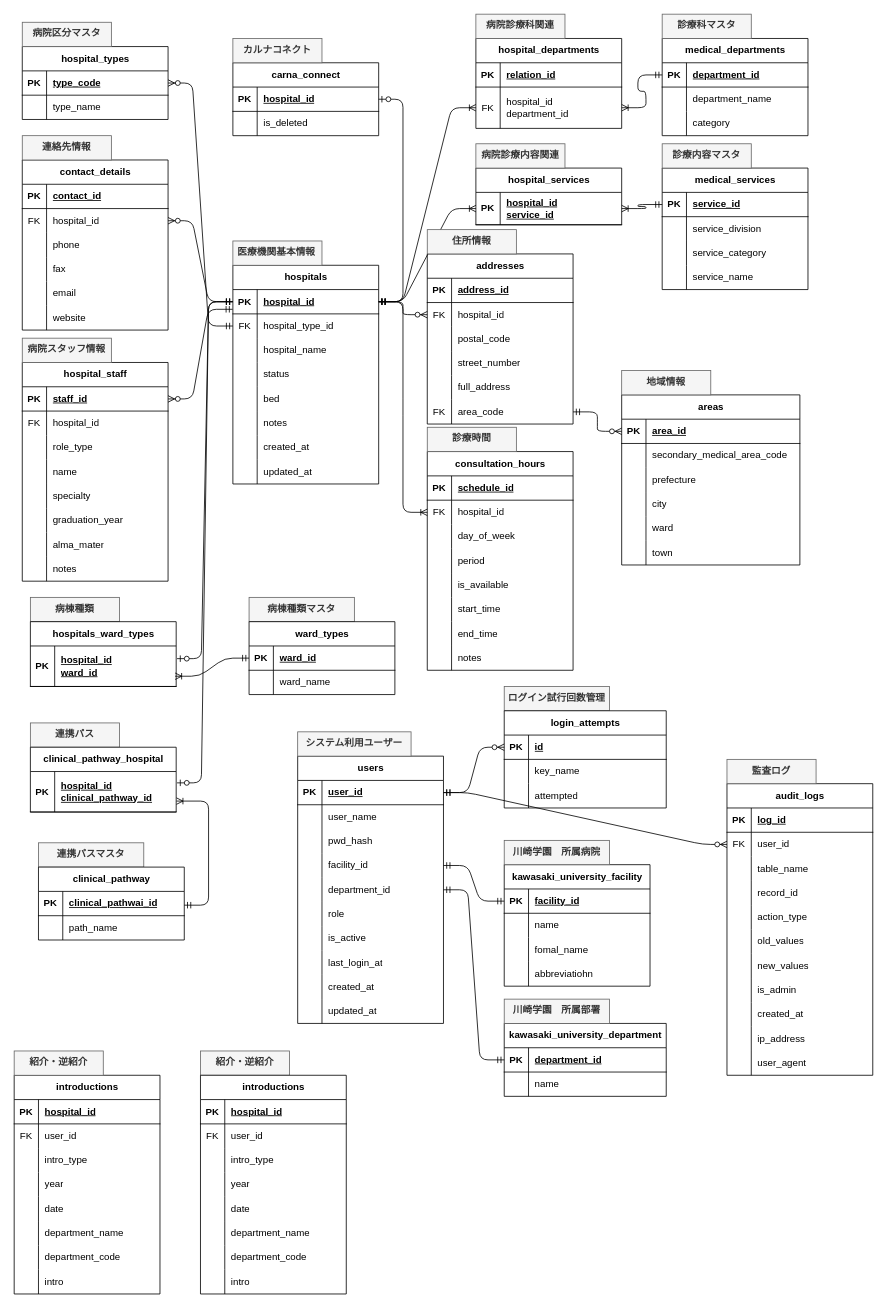
The draw.io diagram rebuild/資料/新医療機関システム/仕様書等/DB/E-R/er.drawio in w3422008/update_DB, before the edit. Source tidied: cells renumbered, new cells numbered last; positions are measured from the earlier drawing's top-left corner, leaving out a move shared by most shapes. Both pictures are drawn from the tidied source at 81%, with x=0, y=0 at pixel (14, 14).
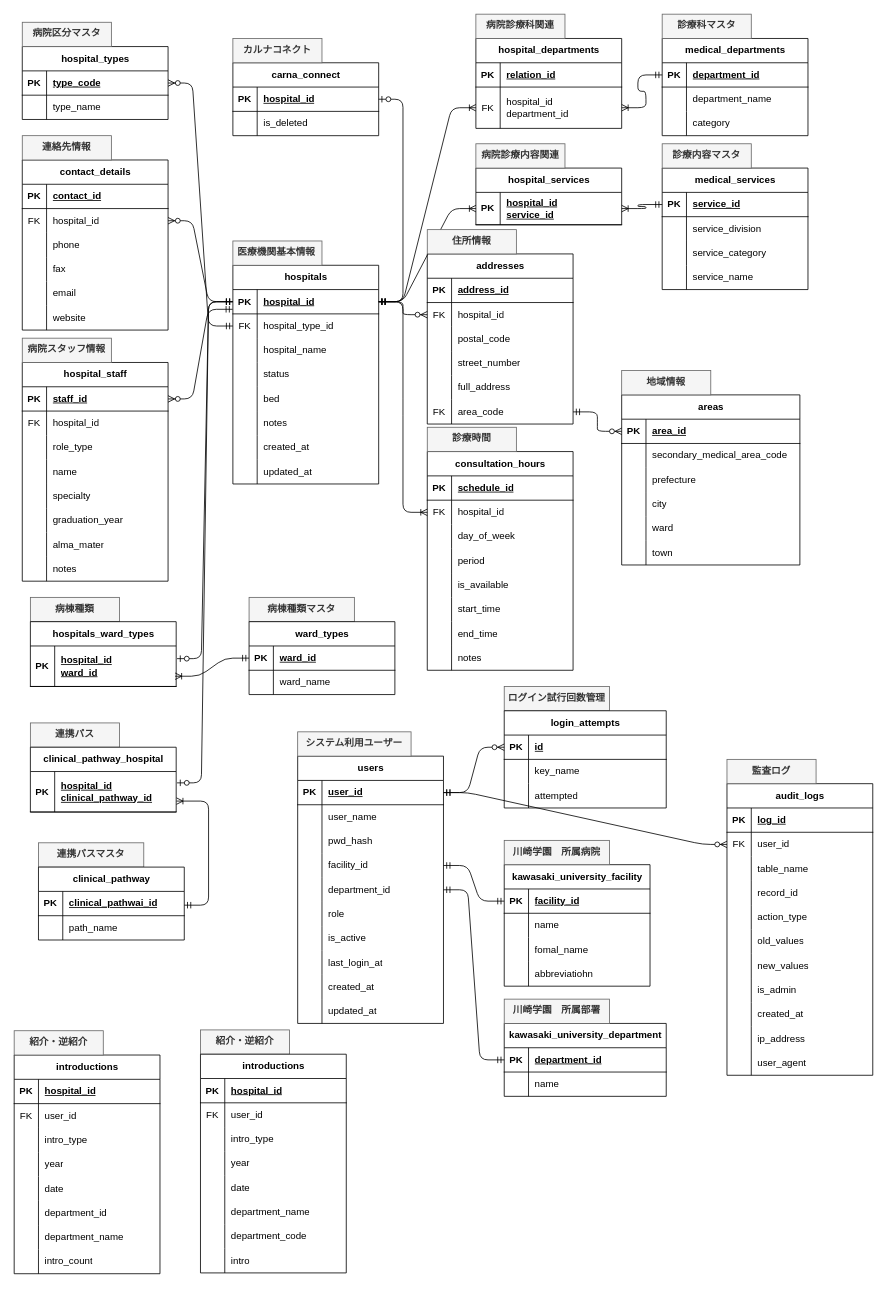
The same diagram, later.

Unchanged cells that the change refers to:
```xml
<mxCell id="323" style="shape=tableRow;horizontal=0;startSize=0;swimlaneHead=0;swimlaneBody=0;fillColor=none;top=0;left=0;right=0;bottom=0;" parent="307" vertex="1">
  <mxGeometry y="180" width="180" height="30" as="geometry" />
</mxCell>
<mxCell id="326" style="shape=tableRow;horizontal=0;startSize=0;swimlaneHead=0;swimlaneBody=0;fillColor=none;top=0;left=0;right=0;bottom=0;" parent="307" vertex="1">
  <mxGeometry y="210" width="180" height="30" as="geometry" />
</mxCell>
<mxCell id="329" style="shape=tableRow;horizontal=0;startSize=0;swimlaneHead=0;swimlaneBody=0;fillColor=none;top=0;left=0;right=0;bottom=0;" parent="307" vertex="1">
  <mxGeometry y="240" width="180" height="30" as="geometry" />
</mxCell>
```

The edit, as a diff of the source:
```diff
@@
     <mxCell id="307" value="introductions" style="shape=table;startSize=30;childLayout=tableLayout;rowLines=0;fontStyle=1;align=center;html=1;labelBackgroundColor=default;" parent="1" vertex="1">
-      <mxGeometry y="1310" width="180" height="270" as="geometry" />
+      <mxGeometry y="1285" width="180" height="270" as="geometry" />
     </mxCell>
@@
-    <mxCell id="325" value="department_name" style="shape=partialRectangle;fillColor=none;top=0;left=0;bottom=0;right=0;align=left;spacingLeft=6;overflow=hidden;whiteSpace=wrap;html=1;" parent="323" vertex="1">
+    <mxCell id="325" value="department_id" style="shape=partialRectangle;fillColor=none;top=0;left=0;bottom=0;right=0;align=left;spacingLeft=6;overflow=hidden;whiteSpace=wrap;html=1;" parent="323" vertex="1">
       <mxGeometry x="30" width="150" height="30" as="geometry" />
     </mxCell>
@@
-    <mxCell id="328" value="department_code" style="shape=partialRectangle;fillColor=none;top=0;left=0;bottom=0;right=0;align=left;spacingLeft=6;overflow=hidden;whiteSpace=wrap;html=1;" parent="326" vertex="1">
-      <mxGeometry x="30" width="150" height="30" as="geometry" />
-    </mxCell>
+    <mxCell id="391" value="department_name" style="shape=partialRectangle;fillColor=none;top=0;left=0;bottom=0;right=0;align=left;spacingLeft=6;overflow=hidden;whiteSpace=wrap;html=1;" parent="326" vertex="1">
+      <mxGeometry x="30" width="150" height="30" as="geometry" />
+    </mxCell>
@@
-    <mxCell id="331" value="intro" style="shape=partialRectangle;fillColor=none;top=0;left=0;bottom=0;right=0;align=left;spacingLeft=6;overflow=hidden;whiteSpace=wrap;html=1;" parent="329" vertex="1">
+    <mxCell id="331" value="intro_count" style="shape=partialRectangle;fillColor=none;top=0;left=0;bottom=0;right=0;align=left;spacingLeft=6;overflow=hidden;whiteSpace=wrap;html=1;" parent="329" vertex="1">
       <mxGeometry x="30" width="150" height="30" as="geometry" />
     </mxCell>
     <mxCell id="332" value="紹介・逆紹介" style="text;strokeColor=#666666;fillColor=#f5f5f5;spacingLeft=4;spacingRight=4;overflow=hidden;fontSize=12;whiteSpace=wrap;html=1;fontStyle=1;fontColor=#333333;align=center;" parent="1" vertex="1">
-      <mxGeometry y="1280" width="110" height="30" as="geometry" />
+      <mxGeometry y="1255" width="110" height="30" as="geometry" />
     </mxCell>
     <mxCell id="333" value="紹介・逆紹介" style="text;strokeColor=#666666;fillColor=#f5f5f5;spacingLeft=4;spacingRight=4;overflow=hidden;fontSize=12;whiteSpace=wrap;html=1;fontStyle=1;fontColor=#333333;align=center;" parent="1" vertex="1">
-      <mxGeometry x="230" y="1280" width="110" height="30" as="geometry" />
+      <mxGeometry x="230" y="1254" width="110" height="30" as="geometry" />
     </mxCell>
     <mxCell id="334" value="introductions" style="shape=table;startSize=30;childLayout=tableLayout;rowLines=0;fontStyle=1;align=center;html=1;labelBackgroundColor=default;" parent="1" vertex="1">
-      <mxGeometry x="230" y="1310" width="180" height="270" as="geometry" />
+      <mxGeometry x="230" y="1284" width="180" height="270" as="geometry" />
     </mxCell>
```
